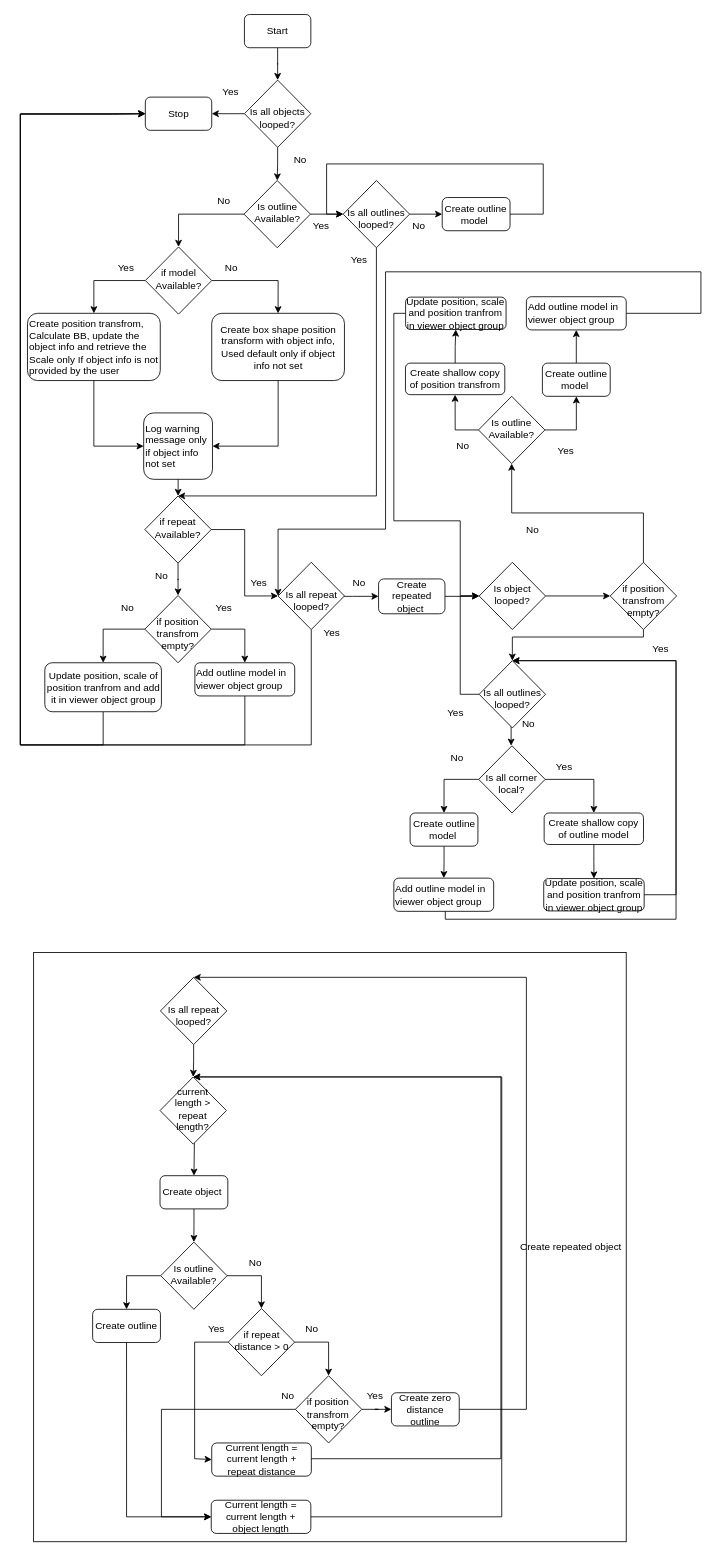
The draw.io diagram docs/object_guide/Object_Viewer_flowchart.drawio.xml in esmini/esmini, before the edit. Source tidied: cells renumbered, new cells numbered last; positions are measured from the earlier drawing's top-left corner, leaving out a move shared by most shapes. Both pictures are drawn from the tidied source at 83%, with x=0, y=0 at pixel (20, 14).
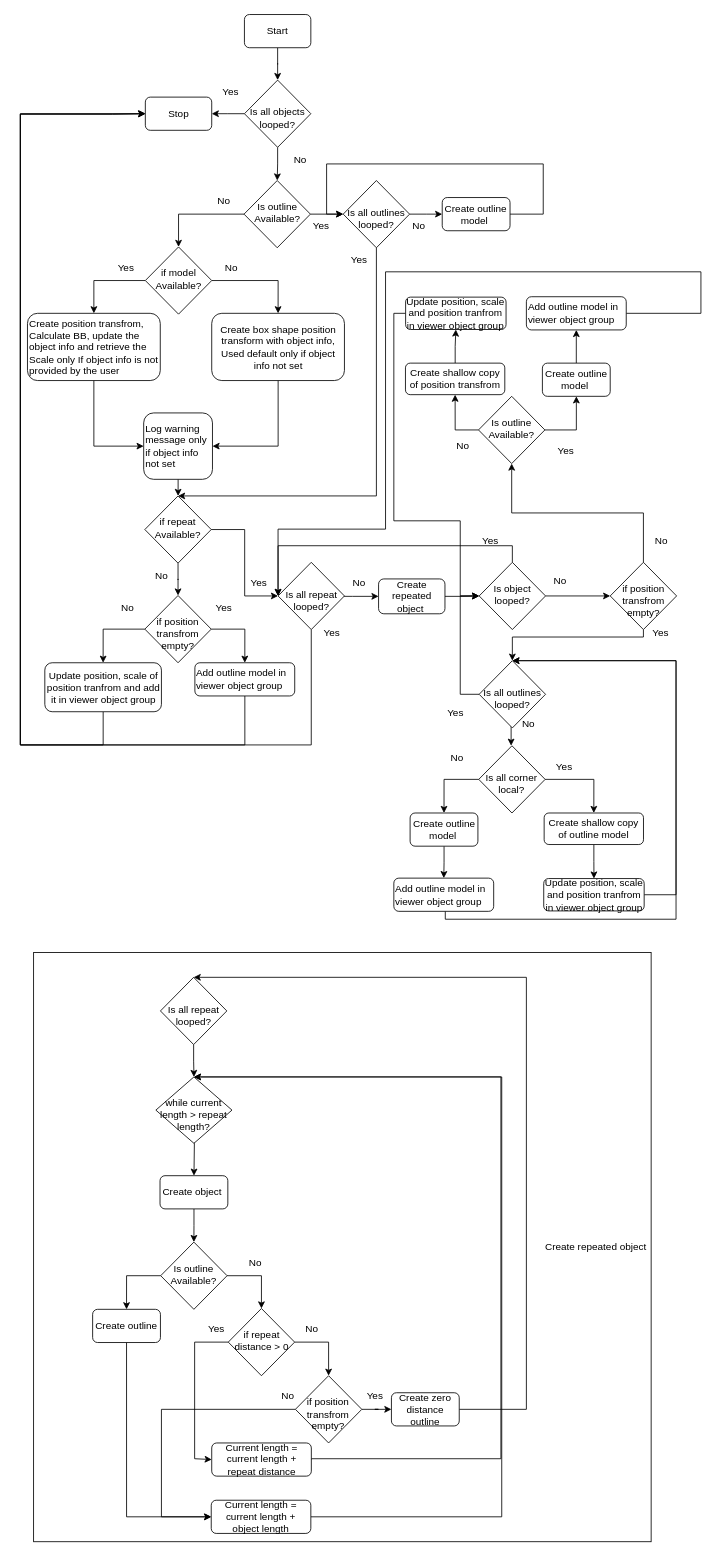
After the change.

Commit message (it also covers changes not shown here):
Minor update in object viewer and added xml for pharser

The change refers to these unchanged cells:
```xml
<mxCell id="50" value="&lt;div&gt;&lt;br&gt;&lt;/div&gt;Is all repeat&lt;div&gt;looped?&lt;/div&gt;" style="rhombus;whiteSpace=wrap;html=1;shadow=0;fontFamily=Helvetica;fontSize=12;align=center;strokeWidth=1;spacing=6;spacingTop=-4;" parent="1" vertex="1">
  <mxGeometry x="168.8" y="1160" width="80" height="81" as="geometry" />
</mxCell>
<mxCell id="62" value="&lt;span style=&quot;text-align: left;&quot;&gt;Create object&amp;nbsp;&lt;/span&gt;" style="rounded=1;whiteSpace=wrap;html=1;fontSize=12;glass=0;strokeWidth=1;shadow=0;" parent="1" vertex="1">
  <mxGeometry x="168.3" y="1399" width="81.7" height="40" as="geometry" />
</mxCell>
<mxCell id="75" value="&lt;div&gt;&lt;br&gt;&lt;/div&gt;Is all repeat&lt;div&gt;looped?&lt;/div&gt;" style="rhombus;whiteSpace=wrap;html=1;shadow=0;fontFamily=Helvetica;fontSize=12;align=center;strokeWidth=1;spacing=6;spacingTop=-4;" parent="1" vertex="1">
  <mxGeometry x="310.5" y="660" width="80" height="81" as="geometry" />
</mxCell>
<mxCell id="117" value="&lt;span style=&quot;text-align: left;&quot;&gt;Current length = current length + repeat distance&lt;/span&gt;" style="rounded=1;whiteSpace=wrap;html=1;fontSize=12;glass=0;strokeWidth=1;shadow=0;" parent="1" vertex="1">
  <mxGeometry x="230.6" y="1721" width="120" height="40" as="geometry" />
</mxCell>
<mxCell id="120" value="&lt;div&gt;Is object looped?&lt;/div&gt;" style="rhombus;whiteSpace=wrap;html=1;shadow=0;fontFamily=Helvetica;fontSize=12;align=center;strokeWidth=1;spacing=6;spacingTop=-4;" parent="1" vertex="1">
  <mxGeometry x="552.8" y="660" width="80" height="81" as="geometry" />
</mxCell>
<mxCell id="122" value="&lt;span style=&quot;text-align: left;&quot;&gt;Current length = current length + object length&lt;/span&gt;" style="rounded=1;whiteSpace=wrap;html=1;fontSize=12;glass=0;strokeWidth=1;shadow=0;" parent="1" vertex="1">
  <mxGeometry x="230" y="1790" width="120" height="40" as="geometry" />
</mxCell>
```

The edit, as a diff of the source:
```diff
@@
     <mxCell id="2" value="&lt;div style=&quot;text-align: justify;&quot;&gt;&lt;span style=&quot;background-color: transparent; color: light-dark(rgb(0, 0, 0), rgb(255, 255, 255));&quot;&gt;Create repeated object&amp;nbsp;&lt;/span&gt;&lt;/div&gt;" style="rounded=0;whiteSpace=wrap;html=1;align=right;" parent="1" vertex="1">
-      <mxGeometry x="16" y="1130" width="714" height="710" as="geometry" />
+      <mxGeometry x="16" y="1130" width="744" height="710" as="geometry" />
     </mxCell>
@@
-    <mxCell id="48" style="edgeStyle=orthogonalEdgeStyle;rounded=0;jettySize=auto;html=1;exitX=0.5;exitY=1;exitDx=0;exitDy=0;" parent="1" edge="1" target="62">
-      <mxGeometry relative="1" as="geometry">
-        <mxPoint x="209.2" y="1320" as="sourcePoint" />
-      </mxGeometry>
-    </mxCell>
-    <mxCell id="49" style="edgeStyle=orthogonalEdgeStyle;rounded=0;jettySize=auto;html=1;" parent="1" edge="1" source="50" target="70">
-      <mxGeometry relative="1" as="geometry" />
-    </mxCell>
+    <mxCell id="123" style="edgeStyle=orthogonalEdgeStyle;rounded=0;jettySize=auto;html=1;exitX=0.5;exitY=1;exitDx=0;exitDy=0;" parent="1" edge="1" target="62">
+      <mxGeometry relative="1" as="geometry">
+        <mxPoint x="209.2" y="1320" as="sourcePoint" />
+      </mxGeometry>
+    </mxCell>
+    <mxCell id="124" style="edgeStyle=orthogonalEdgeStyle;rounded=0;jettySize=auto;html=1;" parent="1" edge="1" source="50" target="126">
+      <mxGeometry relative="1" as="geometry" />
+    </mxCell>
@@
-    <mxCell id="52" style="edgeStyle=orthogonalEdgeStyle;rounded=0;jettySize=auto;html=1;entryX=0.5;entryY=0;entryDx=0;entryDy=0;exitX=1;exitY=0.5;exitDx=0;exitDy=0;" parent="1" edge="1" source="117" target="70">
-      <mxGeometry relative="1" as="geometry">
-        <Array as="points">
-          <mxPoint x="351" y="1740" />
-          <mxPoint x="579" y="1740" />
-          <mxPoint x="579" y="1280" />
-        </Array>
-      </mxGeometry>
-    </mxCell>
+    <mxCell id="125" style="edgeStyle=orthogonalEdgeStyle;rounded=0;jettySize=auto;html=1;entryX=0.5;entryY=0;entryDx=0;entryDy=0;exitX=1;exitY=0.5;exitDx=0;exitDy=0;" parent="1" edge="1" source="117" target="126">
+      <mxGeometry relative="1" as="geometry">
+        <Array as="points">
+          <mxPoint x="351" y="1740" />
+          <mxPoint x="579" y="1740" />
+          <mxPoint x="579" y="1280" />
+        </Array>
+      </mxGeometry>
+    </mxCell>
@@
-    <mxCell id="70" value="current length &amp;gt; repeat length?" style="rhombus;whiteSpace=wrap;html=1;shadow=0;fontFamily=Helvetica;fontSize=12;align=center;strokeWidth=1;spacing=6;spacingTop=-4;" parent="1" vertex="1">
-      <mxGeometry x="168.3" y="1280" width="80" height="81" as="geometry" />
-    </mxCell>
+    <mxCell id="126" value="&amp;nbsp;&amp;nbsp;&lt;div&gt;&lt;span style=&quot;background-color: transparent; color: light-dark(rgb(0, 0, 0), rgb(255, 255, 255));&quot;&gt;while current length &amp;gt; repeat length?&lt;/span&gt;&lt;br&gt;&lt;/div&gt;" style="rhombus;whiteSpace=wrap;html=1;shadow=0;fontFamily=Helvetica;fontSize=12;align=center;strokeWidth=1;spacing=6;spacingTop=-4;" parent="1" vertex="1">
+      <mxGeometry x="163.3" y="1280" width="91.7" height="80" as="geometry" />
+    </mxCell>
@@
-    <mxCell id="81" style="edgeStyle=orthogonalEdgeStyle;rounded=0;orthogonalLoop=1;jettySize=auto;html=1;entryX=0.5;entryY=0;entryDx=0;entryDy=0;" parent="1" edge="1">
-      <mxGeometry relative="1" as="geometry">
-        <mxPoint x="511.6" y="1399.5" as="targetPoint" />
-        <Array as="points">
-          <mxPoint x="652" y="1910" />
-          <mxPoint x="920" y="1910" />
-          <mxPoint x="920" y="1380" />
-          <mxPoint x="512" y="1380" />
-        </Array>
-      </mxGeometry>
-    </mxCell>
@@
-    <mxCell id="86" value="No" style="text;html=1;align=center;verticalAlign=middle;strokeColor=none;fillColor=none;" parent="1" vertex="1">
-      <mxGeometry x="597" y="605.5" width="40" height="30" as="geometry" />
-    </mxCell>
+    <mxCell id="127" value="No" style="text;html=1;align=center;verticalAlign=middle;strokeColor=none;fillColor=none;" parent="1" vertex="1">
+      <mxGeometry x="751.6" y="620" width="40" height="30" as="geometry" />
+    </mxCell>
@@
-    <mxCell id="99" style="edgeStyle=orthogonalEdgeStyle;rounded=0;orthogonalLoop=1;jettySize=auto;html=1;entryX=0.5;entryY=0;entryDx=0;entryDy=0;" parent="1" edge="1">
-      <mxGeometry relative="1" as="geometry">
-        <mxPoint x="590.3" y="842.5" as="sourcePoint" />
-        <mxPoint x="591.3" y="881" as="targetPoint" />
-      </mxGeometry>
-    </mxCell>
+    <mxCell id="128" style="edgeStyle=orthogonalEdgeStyle;rounded=0;orthogonalLoop=1;jettySize=auto;html=1;entryX=0.5;entryY=0;entryDx=0;entryDy=0;" parent="1" edge="1">
+      <mxGeometry relative="1" as="geometry">
+        <mxPoint x="590.3" y="842.5" as="sourcePoint" />
+        <mxPoint x="591.3" y="881" as="targetPoint" />
+      </mxGeometry>
+    </mxCell>
@@
-    <mxCell id="115" value="Yes" style="text;html=1;align=center;verticalAlign=middle;strokeColor=none;fillColor=none;" parent="1" vertex="1">
-      <mxGeometry x="750.7" y="748.5" width="40" height="30" as="geometry" />
-    </mxCell>
+    <mxCell id="129" value="Yes" style="text;html=1;align=center;verticalAlign=middle;strokeColor=none;fillColor=none;" parent="1" vertex="1">
+      <mxGeometry x="750.7" y="730" width="40" height="30" as="geometry" />
+    </mxCell>
@@
+    <mxCell id="130" style="edgeStyle=orthogonalEdgeStyle;rounded=0;jettySize=auto;html=1;entryX=0;entryY=0.5;entryDx=0;entryDy=0;exitX=0.5;exitY=0;exitDx=0;exitDy=0;" parent="1" edge="1" source="120" target="75">
+      <mxGeometry relative="1" as="geometry">
+        <Array as="points">
+          <mxPoint x="593" y="640" />
+          <mxPoint x="311" y="640" />
+        </Array>
+      </mxGeometry>
+    </mxCell>
@@
-    <mxCell id="121" style="edgeStyle=orthogonalEdgeStyle;rounded=0;jettySize=auto;html=1;entryX=0.5;entryY=0;entryDx=0;entryDy=0;" parent="1" edge="1" source="122" target="70">
-      <mxGeometry relative="1" as="geometry">
-        <Array as="points">
-          <mxPoint x="580" y="1810" />
-          <mxPoint x="580" y="1280" />
-        </Array>
-      </mxGeometry>
-    </mxCell>
+    <mxCell id="131" style="edgeStyle=orthogonalEdgeStyle;rounded=0;jettySize=auto;html=1;entryX=0.5;entryY=0;entryDx=0;entryDy=0;" parent="1" edge="1" source="122" target="126">
+      <mxGeometry relative="1" as="geometry">
+        <Array as="points">
+          <mxPoint x="580" y="1810" />
+          <mxPoint x="580" y="1280" />
+        </Array>
+      </mxGeometry>
+    </mxCell>
@@
+    <mxCell id="132" value="No" style="text;html=1;align=center;verticalAlign=middle;strokeColor=none;fillColor=none;" parent="1" vertex="1">
+      <mxGeometry x="630" y="668" width="40" height="30" as="geometry" />
+    </mxCell>
+    <mxCell id="133" value="Yes" style="text;html=1;align=center;verticalAlign=middle;strokeColor=none;fillColor=none;" parent="1" vertex="1">
+      <mxGeometry x="546" y="620" width="40" height="30" as="geometry" />
+    </mxCell>
```
